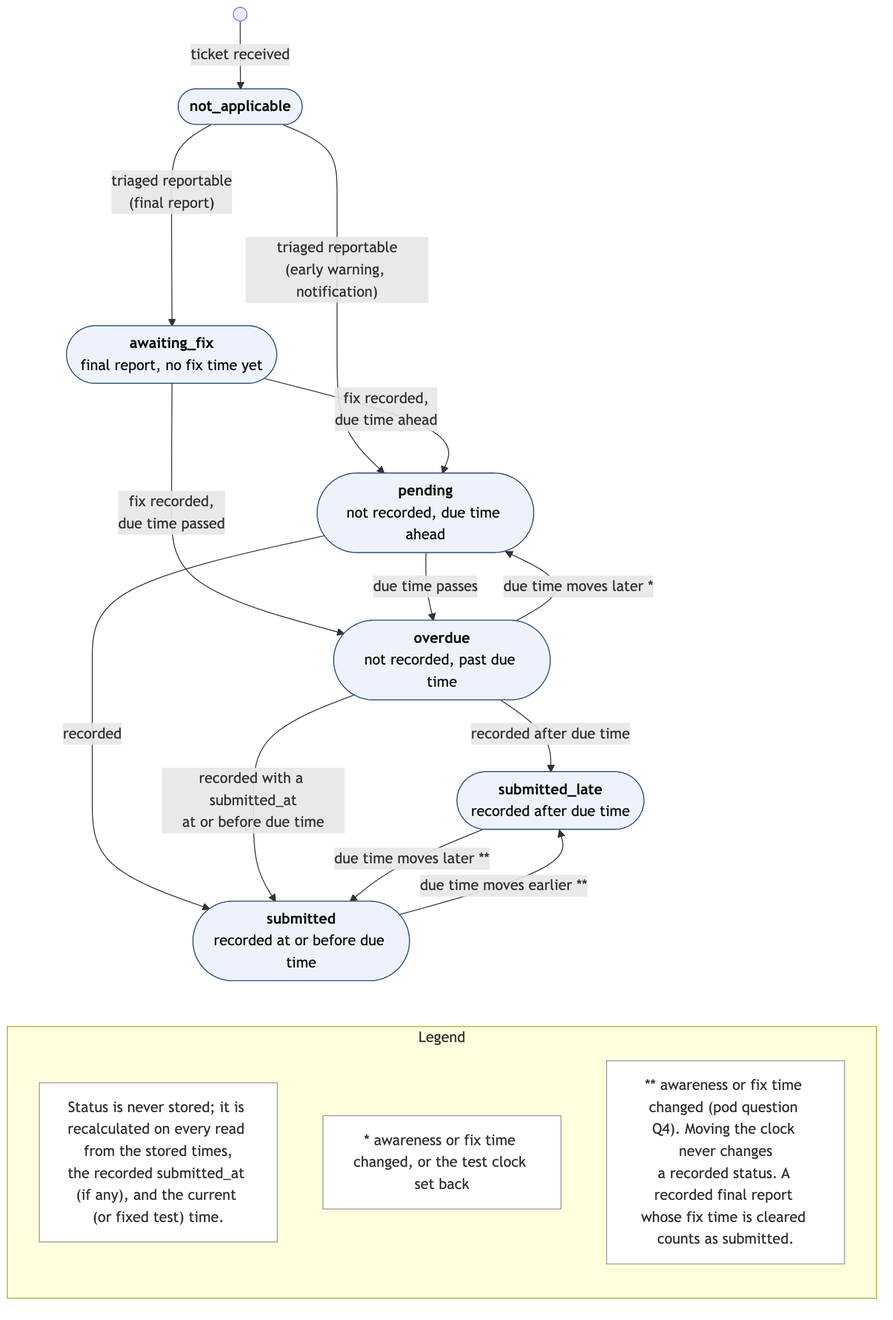
Above: docs/models/model-b-report-status.png in team17-ece30861/cra-service (Mermaid), before the change. Its source is kept beside it as docs/models/model-b-report-status.mmd.
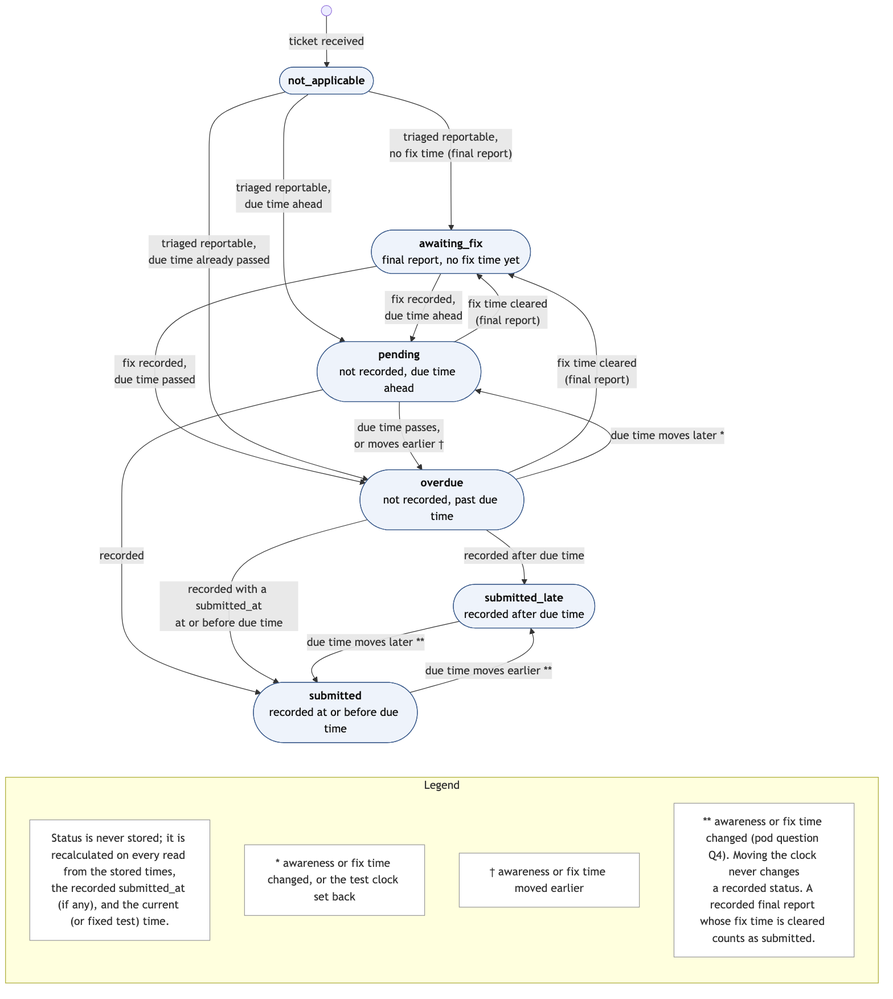
The same file after the commit.

Commit message:
Models: fixes from the independent check (Model B transitions, console, legend)

Change to the diagram source:
```diff
@@ -1,10 +1,13 @@
 flowchart TB
   start((" ")) -->|"ticket received"| NA(["<b>not_applicable</b>"])
-  NA -->|"triaged reportable<br/>(final report)"| AF(["<b>awaiting_fix</b><br/>final report, no fix time yet"])
-  NA ---->|"triaged reportable<br/>(early warning, notification)"| P(["<b>pending</b><br/>not recorded, due time ahead"])
+  NA -->|"triaged reportable,<br/>no fix time (final report)"| AF(["<b>awaiting_fix</b><br/>final report, no fix time yet"])
+  NA ---->|"triaged reportable,<br/>due time ahead"| P(["<b>pending</b><br/>not recorded, due time ahead"])
   AF -->|"fix recorded,<br/>due time ahead"| P
   AF -->|"fix recorded,<br/>due time passed"| O(["<b>overdue</b><br/>not recorded, past due time"])
-  P -->|"due time passes"| O
+  NA -->|"triaged reportable,<br/>due time already passed"| O
+  P -->|"due time passes,<br/>or moves earlier †"| O
+  P -->|"fix time cleared<br/>(final report)"| AF
+  O -->|"fix time cleared<br/>(final report)"| AF
   O -->|"due time moves later *"| P
   P -->|"recorded"| S(["<b>submitted</b><br/>recorded at or before due time"])
   O -->|"recorded after due time"| SL(["<b>submitted_late</b><br/>recorded after due time"])
@@ -15,6 +18,7 @@
     direction TB
     l1["Status is never stored; it is recalculated on every read from the stored times,<br/>the recorded submitted_at (if any), and the current (or fixed test) time."]
     l2["* awareness or fix time changed, or the test clock set back"]
+    l4["† awareness or fix time moved earlier"]
     l3["** awareness or fix time changed (pod question Q4). Moving the clock never changes<br/>a recorded status. A recorded final report whose fix time is cleared counts as submitted."]
   end
   S ~~~ legend
@@ -22,4 +26,4 @@
   classDef state fill:#eef3fb,stroke:#3b5b8c,color:#111
   classDef note fill:#ffffff,stroke:#999,color:#333
   class NA,AF,P,O,S,SL state
-  class l1,l2,l3 note
+  class l1,l2,l3,l4 note
```
